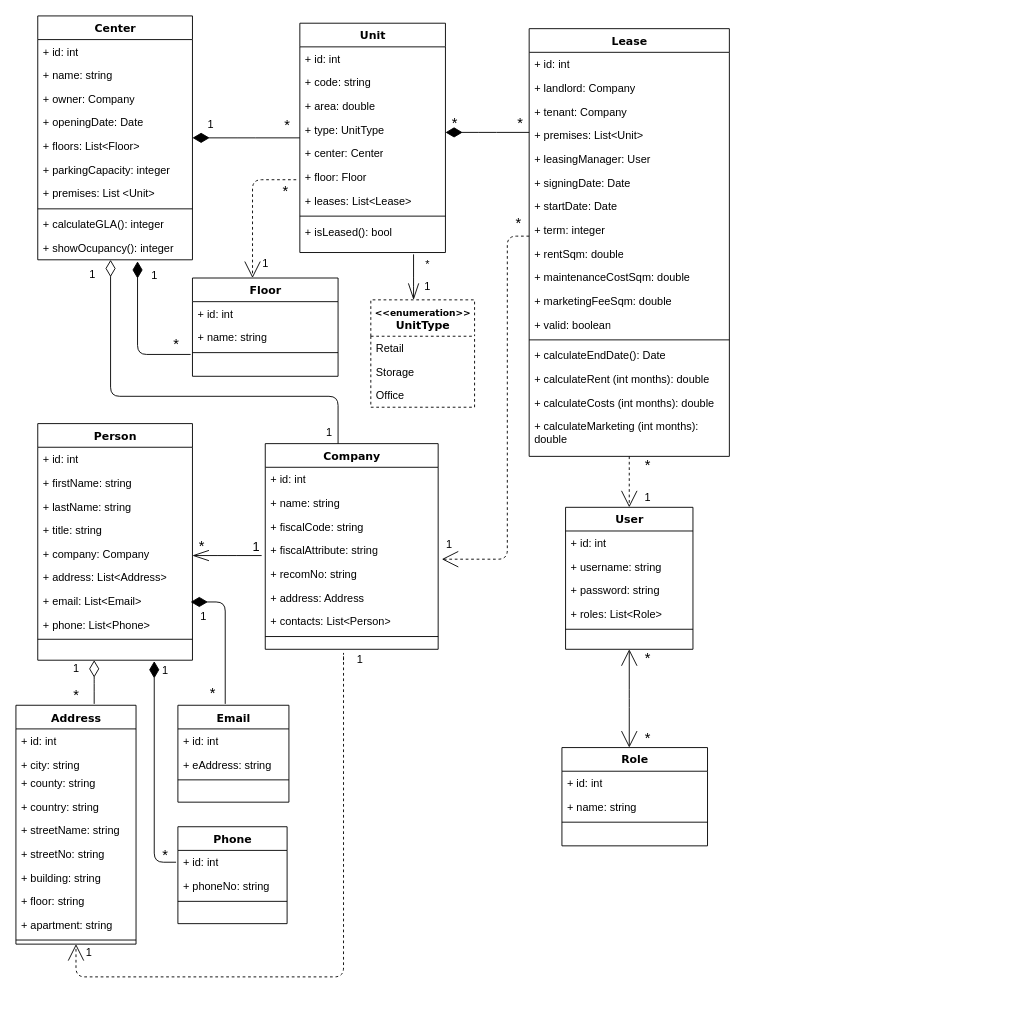
roxanamustata/RentAll keeps this draw.io diagram as Documentation/RentAll Diagram.drawio. Above is the earlier version. Source tidied: cells renumbered, new cells numbered last; positions are measured from the earlier drawing's top-left corner, leaving out a move shared by most shapes. Both pictures are drawn from the tidied source at 91%, with x=0, y=0 at pixel (15, 15).
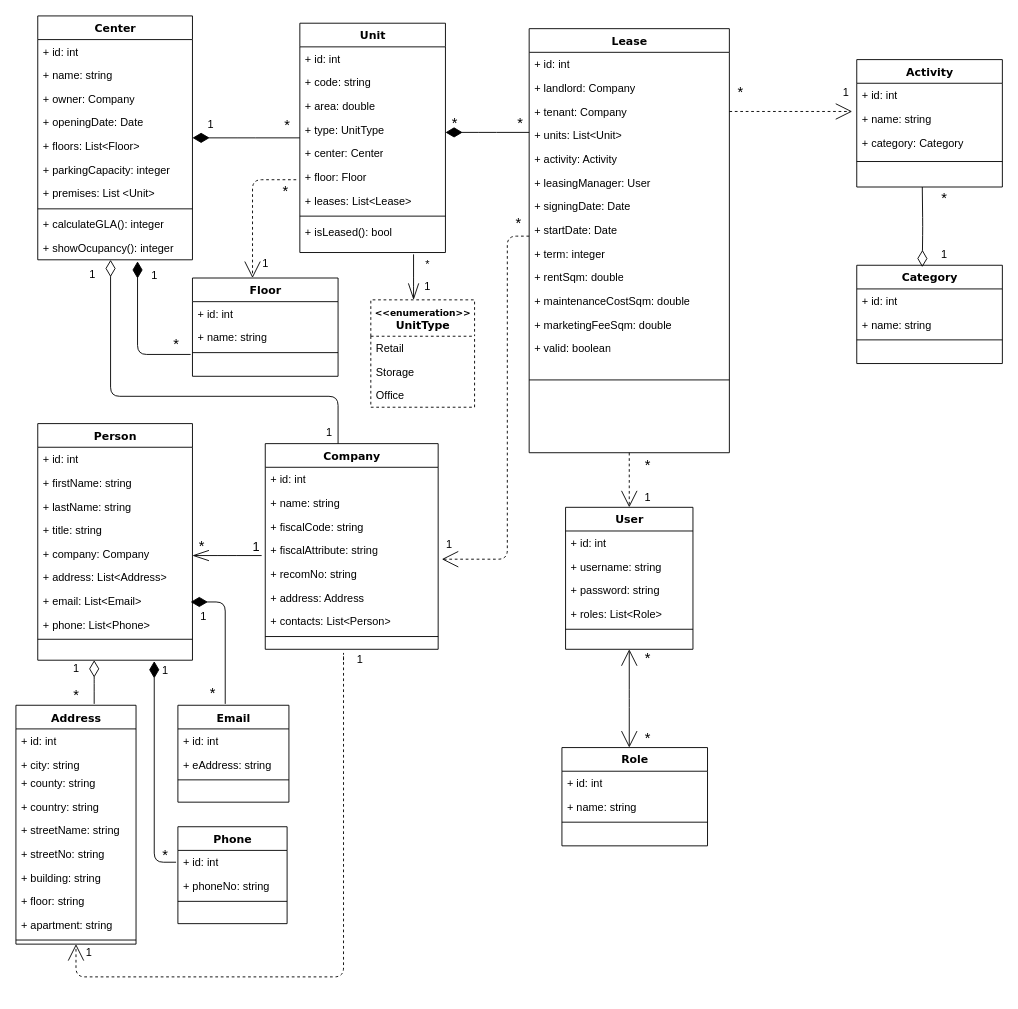
After the change.

Unchanged cells that the change refers to:
```xml
<mxCell id="27" value="+ tenant: Company" style="text;html=1;strokeColor=none;fillColor=none;align=left;verticalAlign=top;spacingLeft=4;spacingRight=4;whiteSpace=wrap;overflow=hidden;points=[[0,0.5],[1,0.5]];portConstraint=eastwest;" parent="24" vertex="1">
  <mxGeometry y="78" width="220" height="26" as="geometry" />
</mxCell>
```

What changed in the source:
```diff
@@
     <mxCell id="24" value="Lease" style="swimlane;html=1;fontStyle=1;align=center;verticalAlign=top;horizontal=1;startSize=26;swimlaneFillColor=#ffffff;rounded=0;shadow=0;comic=0;labelBackgroundColor=none;strokeWidth=1;fillColor=none;fontFamily=Verdana;fontSize=12;" parent="1" vertex="1">
-      <mxGeometry x="564" y="14" width="220" height="470" as="geometry" />
+      <mxGeometry x="564" y="14" width="220" height="466" as="geometry" />
     </mxCell>
@@
-    <mxCell id="28" value="+ premises: List&amp;lt;Unit&amp;gt;" style="text;html=1;strokeColor=none;fillColor=none;align=left;verticalAlign=top;spacingLeft=4;spacingRight=4;whiteSpace=wrap;overflow=hidden;" parent="24" vertex="1">
+    <mxCell id="28" value="+ units: List&amp;lt;Unit&amp;gt;" style="text;html=1;strokeColor=none;fillColor=none;align=left;verticalAlign=top;spacingLeft=4;spacingRight=4;whiteSpace=wrap;overflow=hidden;" parent="24" vertex="1">
       <mxGeometry y="104" width="220" height="26" as="geometry" />
     </mxCell>
+    <mxCell id="139" value="+ activity: Activity" style="text;html=1;strokeColor=none;fillColor=none;align=left;verticalAlign=top;spacingLeft=4;spacingRight=4;whiteSpace=wrap;overflow=hidden;" parent="24" vertex="1">
+      <mxGeometry y="130" width="220" height="26" as="geometry" />
+    </mxCell>
     <mxCell id="29" value="+ leasingManager: User" style="text;html=1;strokeColor=none;fillColor=none;align=left;verticalAlign=top;spacingLeft=4;spacingRight=4;whiteSpace=wrap;overflow=hidden;" parent="24" vertex="1">
-      <mxGeometry y="130" width="220" height="26" as="geometry" />
+      <mxGeometry y="156" width="220" height="26" as="geometry" />
     </mxCell>
     <mxCell id="30" value="+ signingDate: Date" style="text;html=1;strokeColor=none;fillColor=none;align=left;verticalAlign=top;spacingLeft=4;spacingRight=4;whiteSpace=wrap;overflow=hidden;" parent="24" vertex="1">
-      <mxGeometry y="156" width="220" height="26" as="geometry" />
+      <mxGeometry y="182" width="220" height="26" as="geometry" />
     </mxCell>
     <mxCell id="31" value="+ startDate: Date" style="text;html=1;strokeColor=none;fillColor=none;align=left;verticalAlign=top;spacingLeft=4;spacingRight=4;whiteSpace=wrap;overflow=hidden;" parent="24" vertex="1">
-      <mxGeometry y="182" width="220" height="26" as="geometry" />
+      <mxGeometry y="208" width="220" height="26" as="geometry" />
     </mxCell>
     <mxCell id="32" value="+ term: integer" style="text;html=1;strokeColor=none;fillColor=none;align=left;verticalAlign=top;spacingLeft=4;spacingRight=4;whiteSpace=wrap;overflow=hidden;" parent="24" vertex="1">
-      <mxGeometry y="208" width="220" height="26" as="geometry" />
+      <mxGeometry y="234" width="220" height="26" as="geometry" />
     </mxCell>
     <mxCell id="33" value="+ rentSqm: double" style="text;html=1;strokeColor=none;fillColor=none;align=left;verticalAlign=top;spacingLeft=4;spacingRight=4;whiteSpace=wrap;overflow=hidden;" parent="24" vertex="1">
-      <mxGeometry y="234" width="220" height="26" as="geometry" />
+      <mxGeometry y="260" width="220" height="26" as="geometry" />
     </mxCell>
     <mxCell id="34" value="+ maintenanceCostSqm: double" style="text;html=1;strokeColor=none;fillColor=none;align=left;verticalAlign=top;spacingLeft=4;spacingRight=4;whiteSpace=wrap;overflow=hidden;" parent="24" vertex="1">
-      <mxGeometry y="260" width="220" height="26" as="geometry" />
+      <mxGeometry y="286" width="220" height="26" as="geometry" />
     </mxCell>
     <mxCell id="35" value="+ marketingFeeSqm: double" style="text;html=1;strokeColor=none;fillColor=none;align=left;verticalAlign=top;spacingLeft=4;spacingRight=4;whiteSpace=wrap;overflow=hidden;" parent="24" vertex="1">
-      <mxGeometry y="286" width="220" height="26" as="geometry" />
+      <mxGeometry y="312" width="220" height="26" as="geometry" />
     </mxCell>
     <mxCell id="36" value="+ valid: boolean" style="text;html=1;strokeColor=none;fillColor=none;align=left;verticalAlign=top;spacingLeft=4;spacingRight=4;whiteSpace=wrap;overflow=hidden;" parent="24" vertex="1">
-      <mxGeometry y="312" width="220" height="26" as="geometry" />
+      <mxGeometry y="338" width="220" height="26" as="geometry" />
     </mxCell>
     <mxCell id="37" style="line;html=1;strokeWidth=1;fillColor=none;align=left;verticalAlign=middle;spacingTop=-1;spacingLeft=3;spacingRight=3;labelPosition=right;" parent="24" vertex="1">
-      <mxGeometry y="338" width="220" height="8" as="geometry" />
+      <mxGeometry y="364" width="220" height="44" as="geometry" />
     </mxCell>
-    <mxCell id="38" value="+ calculateEndDate(): Date" style="text;html=1;strokeColor=none;fillColor=none;align=left;verticalAlign=top;spacingLeft=4;spacingRight=4;whiteSpace=wrap;overflow=hidden;" parent="24" vertex="1">
-      <mxGeometry y="346" width="220" height="26" as="geometry" />
-    </mxCell>
-    <mxCell id="39" value="+ calculateRent (int months): double" style="text;html=1;strokeColor=none;fillColor=none;align=left;verticalAlign=top;spacingLeft=4;spacingRight=4;whiteSpace=wrap;overflow=hidden;" parent="24" vertex="1">
-      <mxGeometry y="372" width="220" height="26" as="geometry" />
-    </mxCell>
-    <mxCell id="40" value="+ calculateCosts (int months): double" style="text;html=1;strokeColor=none;fillColor=none;align=left;verticalAlign=top;spacingLeft=4;spacingRight=4;whiteSpace=wrap;overflow=hidden;" parent="24" vertex="1">
-      <mxGeometry y="398" width="220" height="26" as="geometry" />
-    </mxCell>
-    <mxCell id="41" value="+ calculateMarketing (int months): double" style="text;html=1;strokeColor=none;fillColor=none;align=left;verticalAlign=top;spacingLeft=4;spacingRight=4;whiteSpace=wrap;overflow=hidden;" parent="24" vertex="1">
-      <mxGeometry y="424" width="220" height="46" as="geometry" />
-    </mxCell>
@@
+    <mxCell id="140" value="Activity" style="swimlane;html=1;fontStyle=1;align=center;verticalAlign=top;horizontal=1;startSize=26;swimlaneFillColor=#ffffff;rounded=0;shadow=0;comic=0;labelBackgroundColor=none;strokeWidth=1;fillColor=none;fontFamily=Verdana;fontSize=12;" parent="1" vertex="1">
+      <mxGeometry x="924" y="48" width="160" height="140" as="geometry" />
+    </mxCell>
+    <mxCell id="141" value="+ id: int" style="text;html=1;strokeColor=none;fillColor=none;align=left;verticalAlign=top;spacingLeft=4;spacingRight=4;whiteSpace=wrap;overflow=hidden;" parent="140" vertex="1">
+      <mxGeometry y="26" width="160" height="26" as="geometry" />
+    </mxCell>
+    <mxCell id="142" value="+ name: string" style="text;html=1;strokeColor=none;fillColor=none;align=left;verticalAlign=top;spacingLeft=4;spacingRight=4;whiteSpace=wrap;overflow=hidden;" parent="140" vertex="1">
+      <mxGeometry y="52" width="160" height="26" as="geometry" />
+    </mxCell>
+    <mxCell id="143" value="+ category: Category" style="text;html=1;strokeColor=none;fillColor=none;align=left;verticalAlign=top;spacingLeft=4;spacingRight=4;whiteSpace=wrap;overflow=hidden;" parent="140" vertex="1">
+      <mxGeometry y="78" width="160" height="30" as="geometry" />
+    </mxCell>
+    <mxCell id="144" style="line;html=1;strokeWidth=1;fillColor=none;align=left;verticalAlign=middle;spacingTop=-1;spacingLeft=3;spacingRight=3;labelPosition=right;" parent="140" vertex="1">
+      <mxGeometry y="108" width="160" height="8" as="geometry" />
+    </mxCell>
+    <mxCell id="145" value="Category" style="swimlane;html=1;fontStyle=1;align=center;verticalAlign=top;horizontal=1;startSize=26;swimlaneFillColor=#ffffff;rounded=0;shadow=0;comic=0;labelBackgroundColor=none;strokeWidth=1;fillColor=none;fontFamily=Verdana;fontSize=12;" parent="1" vertex="1">
+      <mxGeometry x="924" y="274" width="160" height="108" as="geometry" />
+    </mxCell>
+    <mxCell id="146" value="+ id: int" style="text;html=1;strokeColor=none;fillColor=none;align=left;verticalAlign=top;spacingLeft=4;spacingRight=4;whiteSpace=wrap;overflow=hidden;" parent="145" vertex="1">
+      <mxGeometry y="26" width="160" height="26" as="geometry" />
+    </mxCell>
+    <mxCell id="147" value="+ name: string" style="text;html=1;strokeColor=none;fillColor=none;align=left;verticalAlign=top;spacingLeft=4;spacingRight=4;whiteSpace=wrap;overflow=hidden;" parent="145" vertex="1">
+      <mxGeometry y="52" width="160" height="26" as="geometry" />
+    </mxCell>
+    <mxCell id="148" style="line;html=1;strokeWidth=1;fillColor=none;align=left;verticalAlign=middle;spacingTop=-1;spacingLeft=3;spacingRight=3;labelPosition=right;" parent="145" vertex="1">
+      <mxGeometry y="78" width="160" height="8" as="geometry" />
+    </mxCell>
+    <mxCell id="149" style="edgeStyle=elbowEdgeStyle;html=1;labelBackgroundColor=none;startFill=0;startSize=8;endArrow=open;endFill=0;endSize=16;fontFamily=Verdana;fontSize=12;dashed=1;exitX=1;exitY=0.5;exitDx=0;exitDy=0;" parent="1" edge="1" source="27">
+      <mxGeometry relative="1" as="geometry">
+        <mxPoint x="919" y="105" as="targetPoint" />
+        <Array as="points">
+          <mxPoint x="888" y="105" />
+          <mxPoint x="876" y="105" />
+          <mxPoint x="852" y="105" />
+        </Array>
+      </mxGeometry>
+    </mxCell>
+    <mxCell id="150" value="&lt;font style=&quot;font-size: 16px&quot;&gt;*&lt;/font&gt;" style="text;html=1;align=center;verticalAlign=middle;strokeColor=none;" parent="1" vertex="1">
+      <mxGeometry x="784" y="72" width="24" height="24" as="geometry" />
+    </mxCell>
+    <mxCell id="151" value="1" style="text;html=1;align=center;verticalAlign=middle;strokeColor=none;" parent="1" vertex="1">
+      <mxGeometry x="900" y="72" width="24" height="24" as="geometry" />
+    </mxCell>
+    <mxCell id="152" style="edgeStyle=orthogonalEdgeStyle;html=1;labelBackgroundColor=none;startFill=0;startSize=8;endArrow=diamondThin;endFill=0;endSize=16;fontFamily=Verdana;fontSize=12;exitX=0.45;exitY=0.019;exitDx=0;exitDy=0;exitPerimeter=0;entryX=0.45;entryY=0.019;entryDx=0;entryDy=0;entryPerimeter=0;" parent="1" edge="1" target="145">
+      <mxGeometry relative="1" as="geometry">
+        <mxPoint x="996" y="188" as="sourcePoint" />
+      </mxGeometry>
+    </mxCell>
+    <mxCell id="153" value="&lt;font style=&quot;font-size: 16px&quot;&gt;*&lt;/font&gt;" style="text;html=1;align=center;verticalAlign=middle;strokeColor=none;" parent="1" vertex="1">
+      <mxGeometry x="1008" y="188" width="24" height="24" as="geometry" />
+    </mxCell>
+    <mxCell id="154" value="1" style="text;html=1;align=center;verticalAlign=middle;strokeColor=none;" parent="1" vertex="1">
+      <mxGeometry x="1008" y="250" width="24" height="24" as="geometry" />
+    </mxCell>
```
